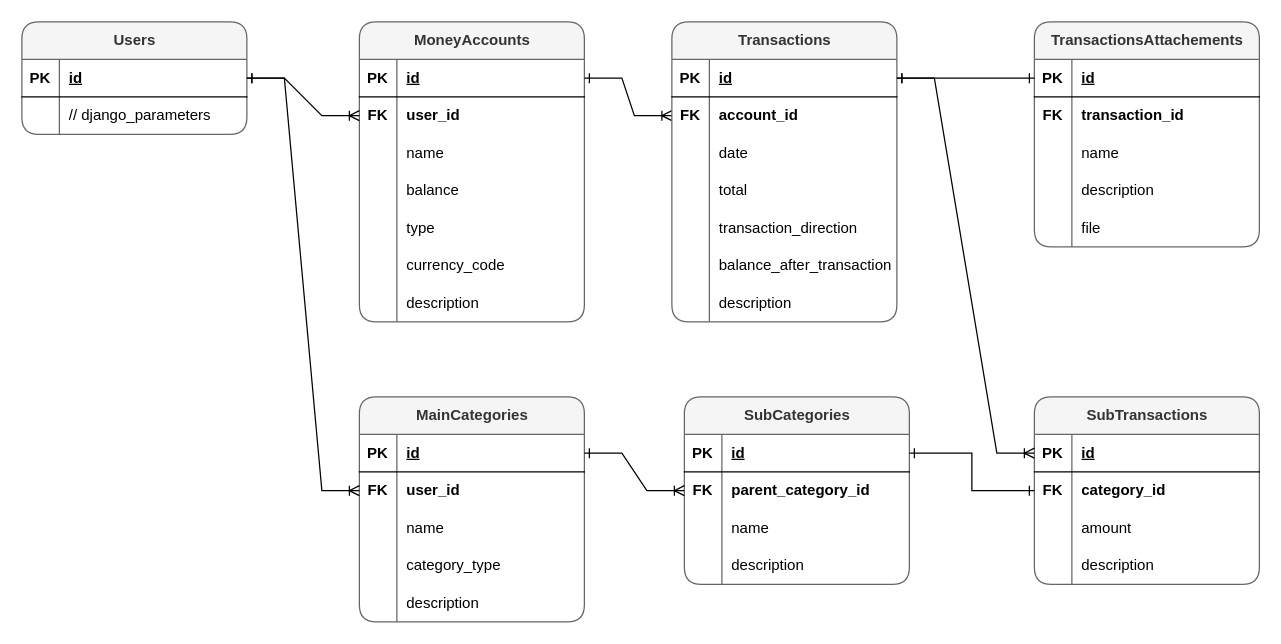
Before: docs/src/database_diagram.drawio in infoshareacademy/jpydzr6-monkeys, a draw.io diagram. Source tidied: cells renumbered, new cells numbered last; positions are measured from the earlier drawing's top-left corner, leaving out a move shared by most shapes. Both pictures are drawn from the tidied source at 125%, with x=0, y=0 at pixel (21, 21).
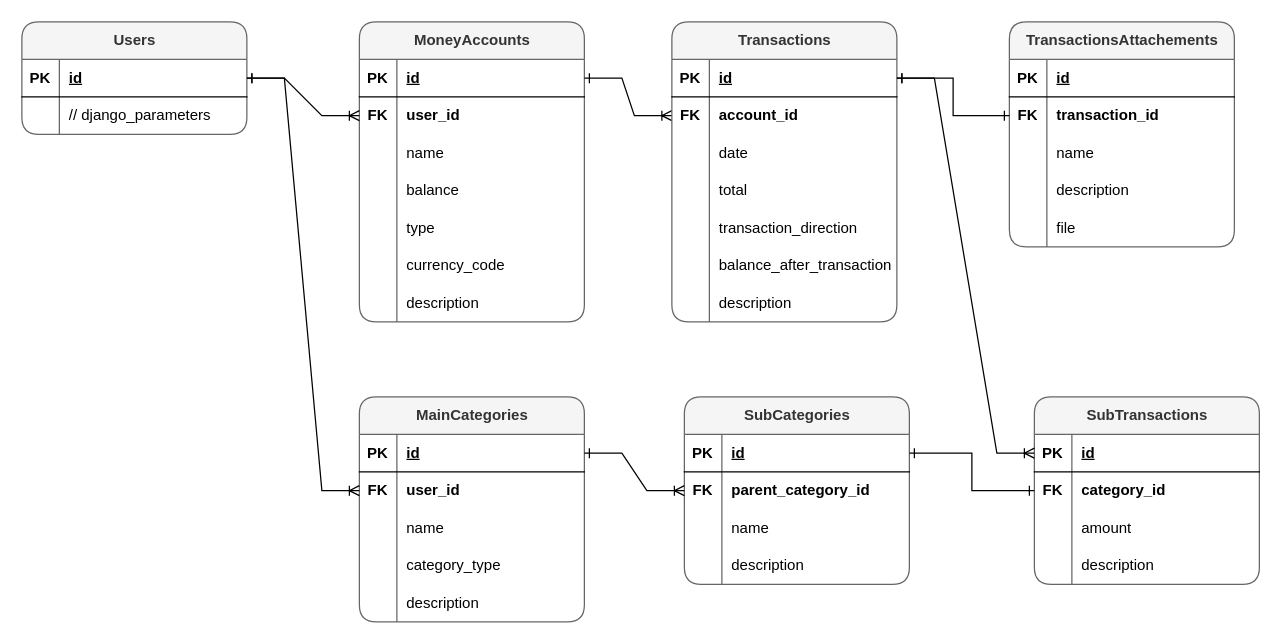
The same diagram, later.

Commit message (it also covers changes not shown here):
Fix TransactionAttachements ForeignKey relation

Unchanged cells that the change refers to:
```xml
<mxCell id="79" style="shape=tableRow;horizontal=0;startSize=0;swimlaneHead=0;swimlaneBody=0;fillColor=none;points=[[0,0.5],[1,0.5]];portConstraint=eastwest;top=0;left=0;right=0;bottom=1;" parent="78" vertex="1">
  <mxGeometry y="30" width="180" height="30" as="geometry" />
</mxCell>
<mxCell id="82" style="shape=tableRow;horizontal=0;startSize=0;swimlaneHead=0;swimlaneBody=0;fillColor=none;points=[[0,0.5],[1,0.5]];portConstraint=eastwest;top=0;left=0;right=0;bottom=0;" parent="78" vertex="1">
  <mxGeometry y="60" width="180" height="30" as="geometry" />
</mxCell>
<mxCell id="95" style="shape=tableRow;horizontal=0;startSize=0;swimlaneHead=0;swimlaneBody=0;fillColor=none;points=[[0,0.5],[1,0.5]];portConstraint=eastwest;top=0;left=0;right=0;bottom=1;" parent="94" vertex="1">
  <mxGeometry y="30" width="180" height="30" as="geometry" />
</mxCell>
```

What changed in the source:
```diff
@@
     <mxCell id="78" value="TransactionsAttachements" style="shape=table;startSize=30;childLayout=tableLayout;rowLines=0;fontStyle=1;align=center;html=1;fillColor=#f5f5f5;strokeColor=#666666;fontColor=#333333;rounded=1;" parent="1" vertex="1">
-      <mxGeometry x="810" width="180" height="180" as="geometry" />
+      <mxGeometry x="790" width="180" height="180" as="geometry" />
     </mxCell>
@@
-    <mxCell id="117" style="edgeStyle=elbowEdgeStyle;fontSize=12;html=1;endArrow=ERone;startArrow=ERone;rounded=0;entryX=0;entryY=0.5;entryDx=0;entryDy=0;exitX=1;exitY=0.5;exitDx=0;exitDy=0;" parent="1" edge="1" source="95" target="79">
+    <mxCell id="117" style="edgeStyle=elbowEdgeStyle;fontSize=12;html=1;endArrow=ERone;startArrow=ERone;rounded=0;entryX=0;entryY=0.5;entryDx=0;entryDy=0;exitX=1;exitY=0.5;exitDx=0;exitDy=0;" parent="1" edge="1" source="95" target="82">
       <mxGeometry relative="1" as="geometry" />
     </mxCell>
```
